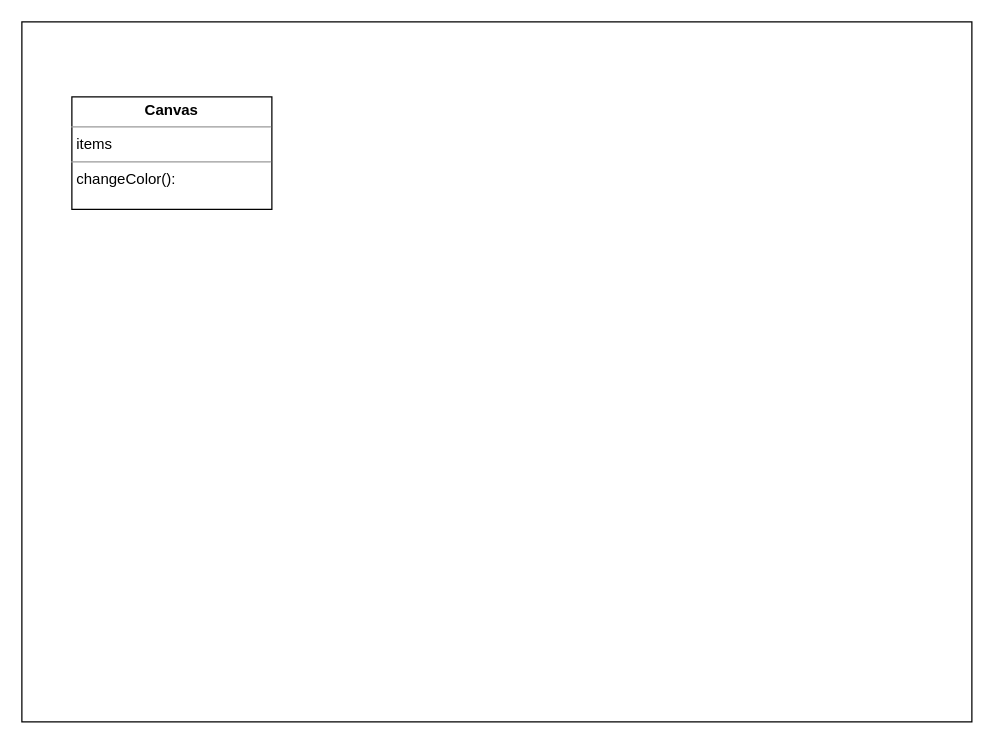
Before: docs/Components.drawio in paulologeh/FlexForms, a draw.io diagram. Source tidied: cells renumbered, new cells numbered last; positions are measured from the earlier drawing's top-left corner, leaving out a move shared by most shapes. Both pictures are drawn from the tidied source at 125%, with x=0, y=0 at pixel (21, 21).
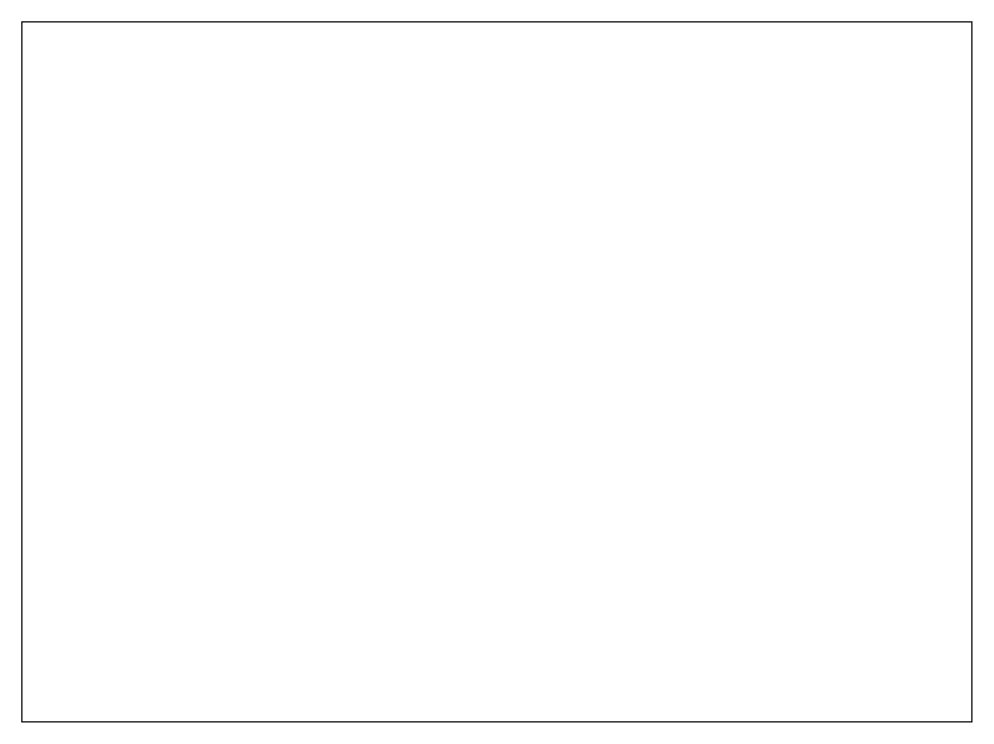
After the change.

The edit, as a diff of the source:
```diff
@@
 <mxGraphModel>
   <root>
     <mxCell id="0" />
     <mxCell id="1" parent="0" />
     <mxCell id="2" style="rounded=0;whiteSpace=wrap;html=1;" parent="1" vertex="1">
       <mxGeometry width="760" height="560" as="geometry" />
     </mxCell>
-    <mxCell id="3" value="&lt;p style=&quot;margin: 0px ; margin-top: 4px ; text-align: center&quot;&gt;&lt;b&gt;Canvas&lt;/b&gt;&lt;/p&gt;&lt;hr size=&quot;1&quot;&gt;&lt;p style=&quot;margin: 0px ; margin-left: 4px&quot;&gt;items&lt;br&gt;&lt;/p&gt;&lt;hr size=&quot;1&quot;&gt;&lt;p style=&quot;margin: 0px ; margin-left: 4px&quot;&gt;changeColor():&lt;/p&gt;&lt;p style=&quot;margin: 0px ; margin-left: 4px&quot;&gt;&lt;br&gt;&lt;/p&gt;" style="verticalAlign=top;align=left;overflow=fill;fontSize=12;fontFamily=Helvetica;html=1;" parent="1" vertex="1">
-      <mxGeometry x="40" y="60" width="160" height="90" as="geometry" />
-    </mxCell>
   </root>
 </mxGraphModel>
```
